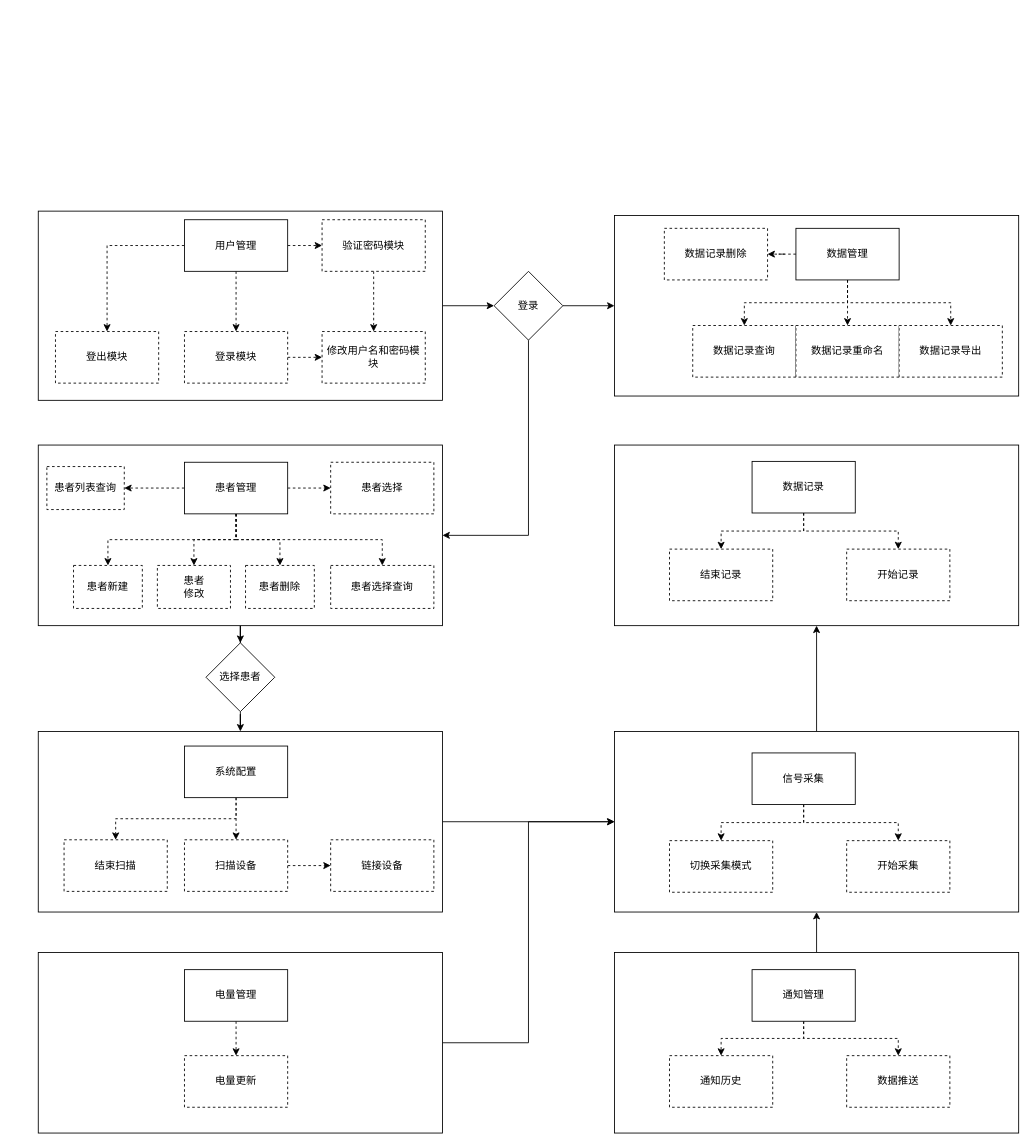
This is 详细设计-后端-模结构示意图.drawio from yz360307/draw, a draw.io file, before an edit. Source tidied: cells renumbered, new cells numbered last; positions are measured from the earlier drawing's top-left corner, leaving out a move shared by most shapes. Both pictures are drawn from the tidied source at 86%, with x=0, y=0 at pixel (38, 211).
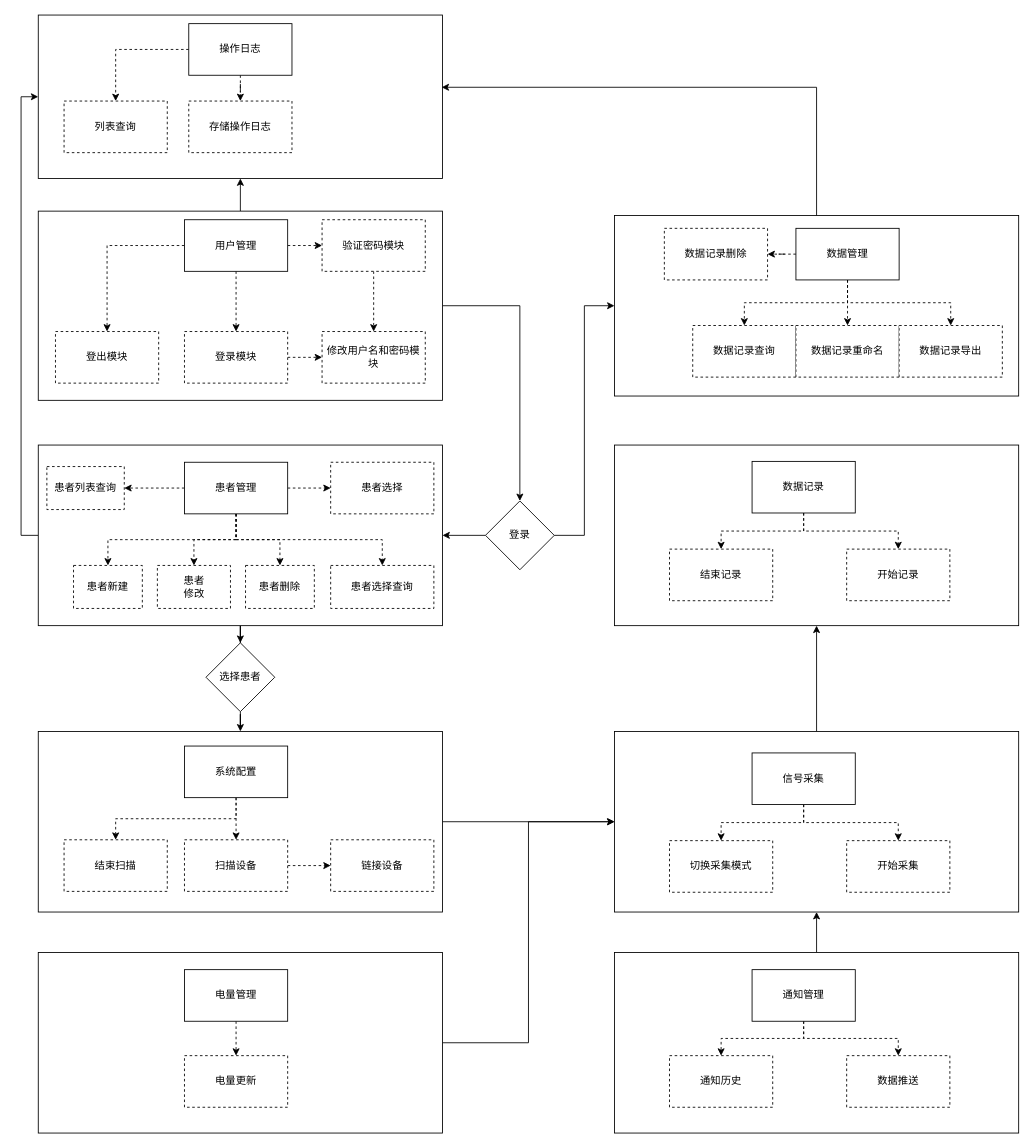
The same page after the edit.

Commit message:
更新详细设计-后端-模结构示意图.drawio

Unchanged cells that the change refers to:
```xml
<mxCell id="4" style="whiteSpace=wrap;html=1;rounded=0;" parent="1" vertex="1">
  <mxGeometry x="670" y="5" width="470" height="210" as="geometry" />
</mxCell>
<mxCell id="6" style="whiteSpace=wrap;html=1;rounded=0;" parent="1" vertex="1">
  <mxGeometry y="272" width="470" height="210" as="geometry" />
</mxCell>
<mxCell id="8" style="rounded=0;whiteSpace=wrap;html=1;" parent="1" vertex="1">
  <mxGeometry width="470" height="220" as="geometry" />
</mxCell>
```

What changed in the source:
```diff
@@
+    <mxCell id="78" style="edgeStyle=orthogonalEdgeStyle;rounded=0;jettySize=auto;html=1;entryX=0;entryY=0.5;entryDx=0;entryDy=0;exitX=0;exitY=0.5;exitDx=0;exitDy=0;" parent="1" edge="1" source="6" target="80">
+      <mxGeometry relative="1" as="geometry" />
+    </mxCell>
@@
+    <mxCell id="79" style="edgeStyle=orthogonalEdgeStyle;rounded=0;jettySize=auto;html=1;exitX=0.5;exitY=0;exitDx=0;exitDy=0;entryX=0.5;entryY=1;entryDx=0;entryDy=0;" parent="1" edge="1" source="8" target="80">
+      <mxGeometry relative="1" as="geometry" />
+    </mxCell>
@@
-    <mxCell id="39" style="edgeStyle=orthogonalEdgeStyle;rounded=0;jettySize=auto;html=1;entryX=1;entryY=0.5;entryDx=0;entryDy=0;exitX=0.5;exitY=1;exitDx=0;exitDy=0;" parent="1" edge="1" source="40" target="6">
+    <mxCell id="39" style="edgeStyle=orthogonalEdgeStyle;rounded=0;jettySize=auto;html=1;entryX=1;entryY=0.5;entryDx=0;entryDy=0;exitX=0;exitY=0.5;exitDx=0;exitDy=0;" parent="1" edge="1" source="40" target="6">
       <mxGeometry relative="1" as="geometry" />
     </mxCell>
     <mxCell id="40" value="登录" style="rhombus;whiteSpace=wrap;html=1;rounded=0;" parent="1" vertex="1">
-      <mxGeometry x="530" y="70" width="80" height="80" as="geometry" />
+      <mxGeometry x="520" y="337" width="80" height="80" as="geometry" />
     </mxCell>
@@
+    <mxCell id="80" style="rounded=0;whiteSpace=wrap;html=1;" parent="1" vertex="1">
+      <mxGeometry y="-228" width="470" height="190" as="geometry" />
+    </mxCell>
+    <mxCell id="81" style="edgeStyle=orthogonalEdgeStyle;rounded=0;jettySize=auto;html=1;entryX=0.5;entryY=0;entryDx=0;entryDy=0;dashed=1;" parent="1" edge="1" source="83" target="85">
+      <mxGeometry relative="1" as="geometry" />
+    </mxCell>
+    <mxCell id="82" style="edgeStyle=orthogonalEdgeStyle;rounded=0;jettySize=auto;html=1;dashed=1;" parent="1" edge="1" source="83" target="84">
+      <mxGeometry relative="1" as="geometry" />
+    </mxCell>
+    <mxCell id="83" value="操作日志" style="rounded=0;whiteSpace=wrap;html=1;" parent="1" vertex="1">
+      <mxGeometry x="175" y="-218" width="120" height="60" as="geometry" />
+    </mxCell>
+    <mxCell id="84" value="列表查询" style="whiteSpace=wrap;html=1;rounded=0;dashed=1;" parent="1" vertex="1">
+      <mxGeometry x="30" y="-128" width="120" height="60" as="geometry" />
+    </mxCell>
+    <mxCell id="85" value="存储操作日志" style="whiteSpace=wrap;html=1;rounded=0;dashed=1;" parent="1" vertex="1">
+      <mxGeometry x="175" y="-128" width="120" height="60" as="geometry" />
+    </mxCell>
+    <mxCell id="86" style="edgeStyle=orthogonalEdgeStyle;rounded=0;jettySize=auto;html=1;entryX=0.998;entryY=0.442;entryDx=0;entryDy=0;entryPerimeter=0;exitX=0.5;exitY=0;exitDx=0;exitDy=0;" parent="1" edge="1" source="4" target="80">
+      <mxGeometry relative="1" as="geometry" />
+    </mxCell>
```
